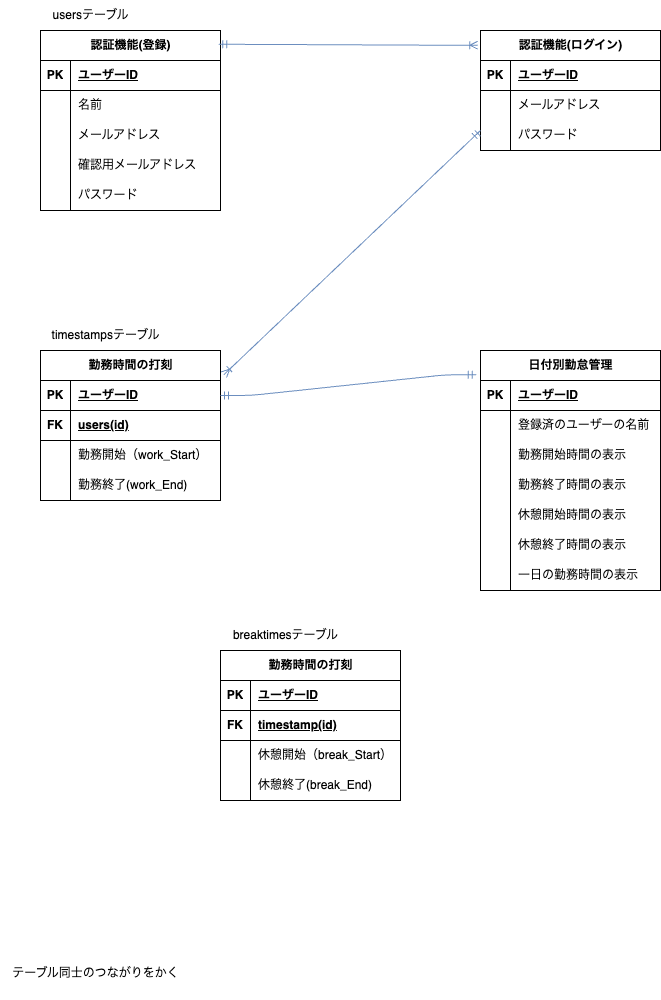
This is img/index.drawio.png from yuka5656/Case_1, a draw.io export, as it was before one commit. Source tidied: cells renumbered, new cells last; positions are measured from the earlier drawing's top-left corner, leaving out a move shared by most shapes.
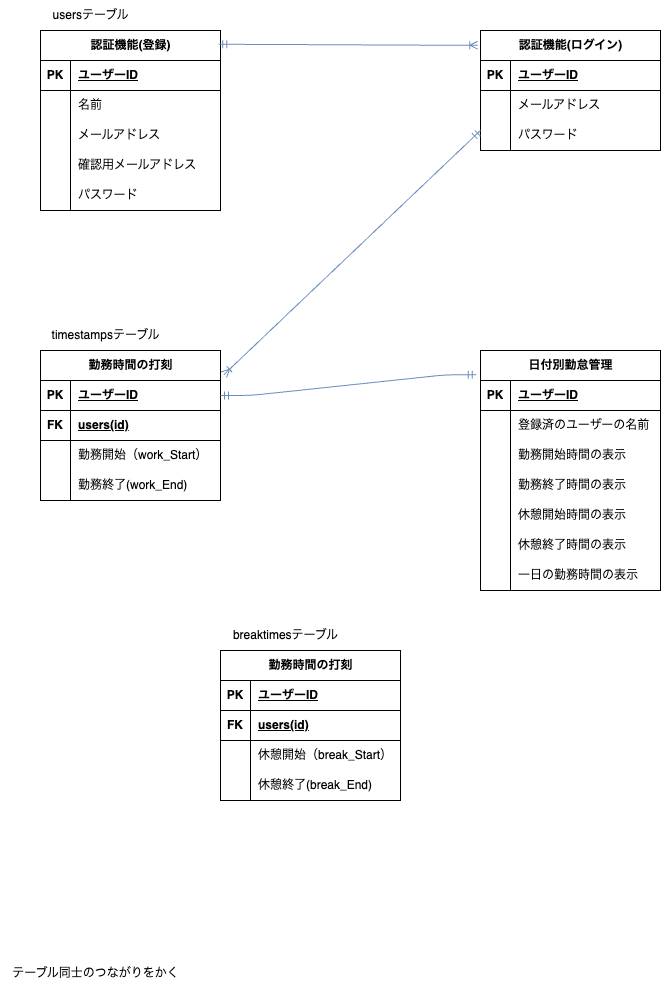
After the change.

Change to the diagram source:
```diff
@@ -225,7 +225,7 @@
     <mxCell id="72" value="FK" style="shape=partialRectangle;fillColor=none;top=0;left=0;bottom=0;right=0;fontStyle=1;overflow=hidden;whiteSpace=wrap;html=1;" parent="71" vertex="1">
       <mxGeometry width="30" height="30" as="geometry" />
     </mxCell>
-    <mxCell id="73" value="timestamp(id)" style="shape=partialRectangle;fillColor=none;top=0;left=0;bottom=0;right=0;align=left;spacingLeft=6;fontStyle=5;overflow=hidden;whiteSpace=wrap;html=1;" parent="71" vertex="1">
+    <mxCell id="73" value="users(id)" style="shape=partialRectangle;fillColor=none;top=0;left=0;bottom=0;right=0;align=left;spacingLeft=6;fontStyle=5;overflow=hidden;whiteSpace=wrap;html=1;" parent="71" vertex="1">
       <mxGeometry x="30" width="150" height="30" as="geometry" />
     </mxCell>
     <mxCell id="74" style="shape=tableRow;horizontal=0;startSize=0;swimlaneHead=0;swimlaneBody=0;fillColor=none;top=0;left=0;right=0;bottom=0;" parent="67" vertex="1">
```
